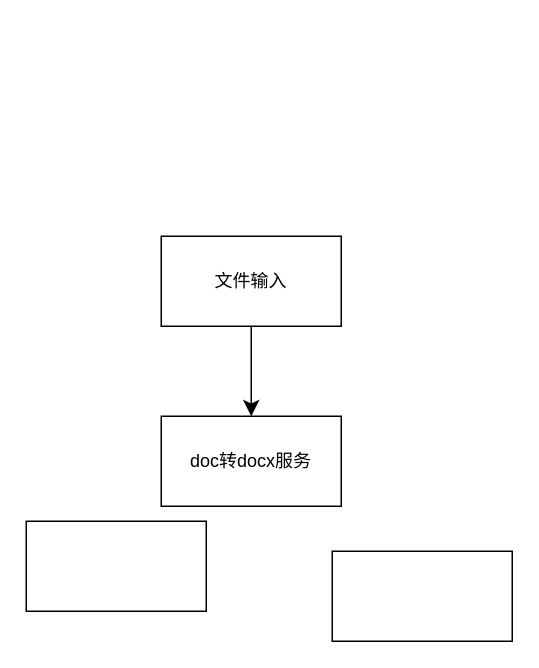
archwolf118/AI keeps this draw.io diagram as 未命名绘图.drawio. Above is the earlier version. Source tidied: cells renumbered, new cells numbered last; positions are measured from the earlier drawing's top-left corner, leaving out a move shared by most shapes. Both pictures are drawn from the tidied source at 150%, with x=0, y=0 at pixel (26, 236).
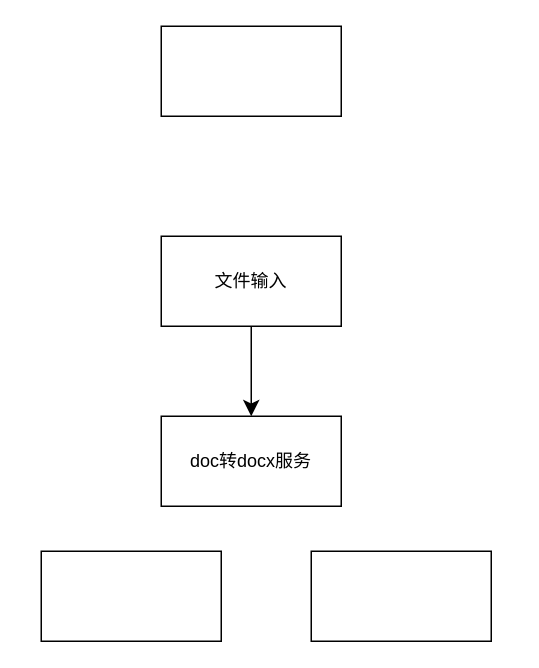
After the change.

Commit message:
更新未命名绘图.drawio

Diff of the diagram source:
```diff
@@
 <mxGraphModel>
   <root>
     <mxCell id="0" />
     <mxCell id="1" parent="0" />
     <mxCell id="2" style="edgeStyle=none;curved=1;rounded=0;jettySize=auto;html=1;exitX=0.5;exitY=1;exitDx=0;exitDy=0;entryX=0.5;entryY=0;entryDx=0;entryDy=0;fontSize=12;startSize=8;endSize=8;" parent="1" edge="1" source="3" target="4">
       <mxGeometry relative="1" as="geometry" />
     </mxCell>
     <mxCell id="3" value="文件输入" style="rounded=0;whiteSpace=wrap;html=1;" parent="1" vertex="1">
       <mxGeometry x="90" width="120" height="60" as="geometry" />
     </mxCell>
     <mxCell id="4" value="doc转docx服务" style="rounded=0;whiteSpace=wrap;html=1;" parent="1" vertex="1">
       <mxGeometry x="90" y="120" width="120" height="60" as="geometry" />
     </mxCell>
     <mxCell id="5" style="rounded=0;whiteSpace=wrap;html=1;" parent="1" vertex="1">
-      <mxGeometry y="190" width="120" height="60" as="geometry" />
+      <mxGeometry x="10" y="210" width="120" height="60" as="geometry" />
     </mxCell>
     <mxCell id="6" style="rounded=0;whiteSpace=wrap;html=1;" parent="1" vertex="1">
-      <mxGeometry x="204" y="210" width="120" height="60" as="geometry" />
+      <mxGeometry x="190" y="210" width="120" height="60" as="geometry" />
     </mxCell>
+    <mxCell id="7" style="rounded=0;whiteSpace=wrap;html=1;" parent="1" vertex="1">
+      <mxGeometry x="90" y="-140" width="120" height="60" as="geometry" />
+    </mxCell>
   </root>
 </mxGraphModel>
```
